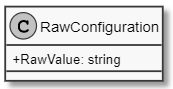
insightmind/MORR keeps this PlantUML diagram as documents/sd/resources/Classes/Common/Shared/Configuration/RawConfiguration.PNG. Above is the earlier version. Its source is kept beside it as documents/sd/plantuml/application/Common/Shared/Configuration/RawConfiguration.puml.
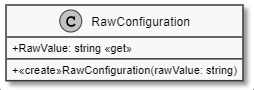
After the change.

What changed in the source:
```diff
@@ -3,7 +3,8 @@
 skinparam classAttributeIconSize 0
 !startsub default
 class RawConfiguration {
-    + RawValue: string
+    + RawValue: string <<get>>
+    + <<create>>RawConfiguration(rawValue: string)
 }
 !endsub
 @enduml
```
